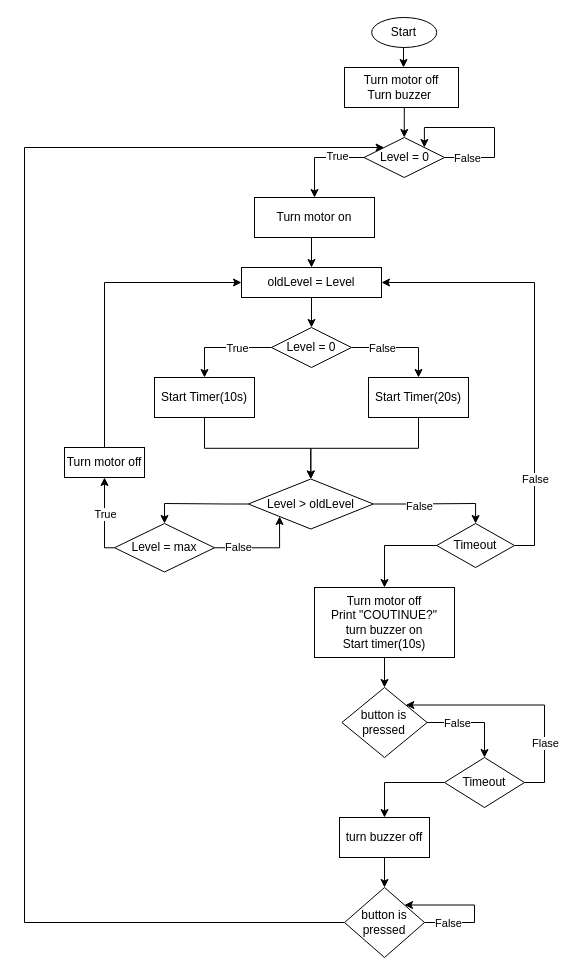
Before: Untitled Diagram.drawio in ngocrc3108/WaterLevelControl, a draw.io diagram. Source tidied: cells renumbered, new cells numbered last; positions are measured from the earlier drawing's top-left corner, leaving out a move shared by most shapes. Both pictures are drawn from the tidied source at 100%, with x=0, y=0 at pixel (24, 17).
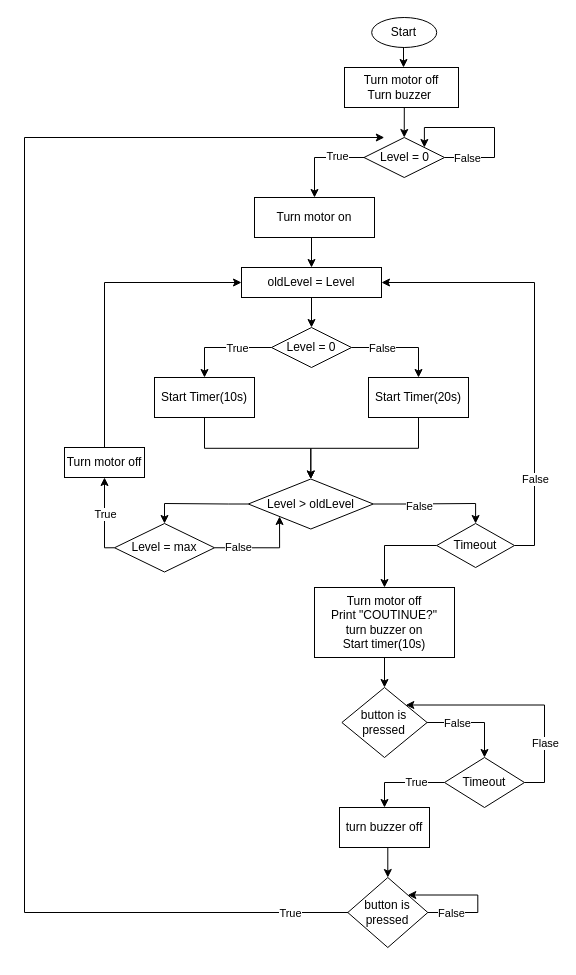
Above is the later version.

The change refers to these unchanged cells:
```xml
<mxCell id="8" value="Level = 0" style="rhombus;whiteSpace=wrap;html=1;" parent="1" vertex="1">
  <mxGeometry x="339.5" y="120" width="80.5" height="40" as="geometry" />
</mxCell>
<mxCell id="46" style="edgeStyle=orthogonalEdgeStyle;rounded=0;jettySize=auto;html=1;exitX=0;exitY=0.5;exitDx=0;exitDy=0;entryX=0.5;entryY=0;entryDx=0;entryDy=0;" parent="1" edge="1" source="47" target="51">
  <mxGeometry relative="1" as="geometry" />
</mxCell>
```

Change to the diagram source:
```diff
@@
+    <mxCell id="54" value="True" style="edgeLabel;html=1;align=center;verticalAlign=middle;" parent="46" vertex="1">
+      <mxGeometry x="-0.32" y="-1" relative="1" as="geometry" />
+    </mxCell>
@@
-    <mxCell id="48" style="edgeStyle=orthogonalEdgeStyle;rounded=0;jettySize=auto;html=1;exitX=0;exitY=0.5;exitDx=0;exitDy=0;entryX=0;entryY=0;entryDx=0;entryDy=0;" parent="1" edge="1" source="49" target="8">
+    <mxCell id="48" style="edgeStyle=orthogonalEdgeStyle;rounded=0;jettySize=auto;html=1;exitX=0.002;exitY=0.5;exitDx=0;exitDy=0;entryX=0;entryY=0;entryDx=0;entryDy=0;exitPerimeter=0;" parent="1" edge="1" source="49">
       <mxGeometry relative="1" as="geometry">
+        <mxPoint x="359.8" y="120" as="targetPoint" />
         <Array as="points">
-          <mxPoint y="905" />
-          <mxPoint y="130" />
+          <mxPoint y="895" />
+          <mxPoint y="120" />
         </Array>
       </mxGeometry>
     </mxCell>
+    <mxCell id="55" value="True" style="edgeLabel;html=1;align=center;verticalAlign=middle;" parent="48" vertex="1">
+      <mxGeometry x="-0.92" relative="1" as="geometry" />
+    </mxCell>
     <mxCell id="49" value="button is pressed" style="rhombus;whiteSpace=wrap;html=1;" parent="1" vertex="1">
-      <mxGeometry x="320" y="870" width="80" height="70" as="geometry" />
+      <mxGeometry x="323.3" y="860" width="80" height="70" as="geometry" />
     </mxCell>
@@
     <mxCell id="51" value="turn buzzer off" style="rounded=0;whiteSpace=wrap;html=1;" parent="1" vertex="1">
-      <mxGeometry x="315" y="800" width="90" height="40" as="geometry" />
+      <mxGeometry x="315" y="790" width="90" height="40" as="geometry" />
     </mxCell>
     <mxCell id="52" style="edgeStyle=orthogonalEdgeStyle;rounded=0;orthogonalLoop=1;jettySize=auto;html=1;exitX=1;exitY=0.5;exitDx=0;exitDy=0;entryX=1;entryY=0;entryDx=0;entryDy=0;" parent="1" edge="1" source="49" target="49">
       <mxGeometry relative="1" as="geometry">
         <Array as="points">
-          <mxPoint x="450" y="905" />
-          <mxPoint x="450" y="887" />
+          <mxPoint x="453.3" y="895" />
+          <mxPoint x="453.3" y="877" />
         </Array>
       </mxGeometry>
     </mxCell>
```
